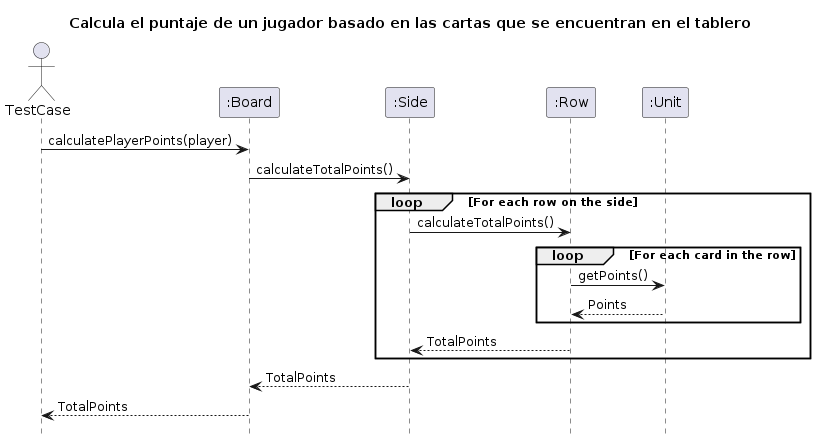
This is diagrams/sequences/DiagramaDeSecuencia1.png from Yonhir/algo3_proyecto_base_tp2, a PlantUML export, as it was before one commit.
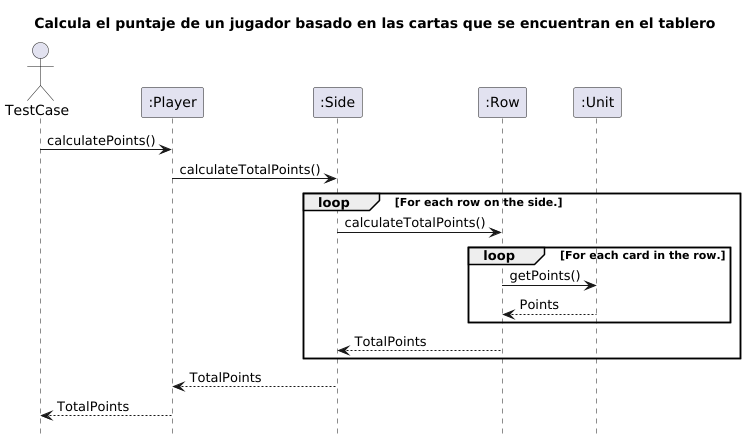
Later version of the same file.

What changed in the source:
```diff
@@ -1,22 +1,22 @@
-@startuml DiagramaDeSecuencia1
+@startuml
 
 hide footbox
-
-title: Calcula el puntaje de un jugador basado en las cartas que se encuentran en el tablero
+title Calcula el puntaje de un jugador basado en las cartas que se encuentran en el tablero
 
 actor TestCase
-participant ":Board" as board
+
+participant ":Player" as player
 participant ":Side" as side
 participant ":Row" as row
 participant ":Unit" as unit
 
-TestCase -> board : calculatePlayerPoints(player)
-board -> side : calculateTotalPoints()
+TestCase -> player : calculatePoints()
+player -> side : calculateTotalPoints()
 
-loop For each row on the side
+loop For each row on the side.
     side -> row : calculateTotalPoints()
 
-    loop For each card in the row
+    loop For each card in the row.
         row -> unit : getPoints()
         unit --> row : Points
     end
@@ -24,7 +24,7 @@
     row --> side : TotalPoints
 end
 
-side --> board : TotalPoints
-board --> TestCase : TotalPoints
+side --> player : TotalPoints
+player --> TestCase : TotalPoints
 
 @enduml
```
